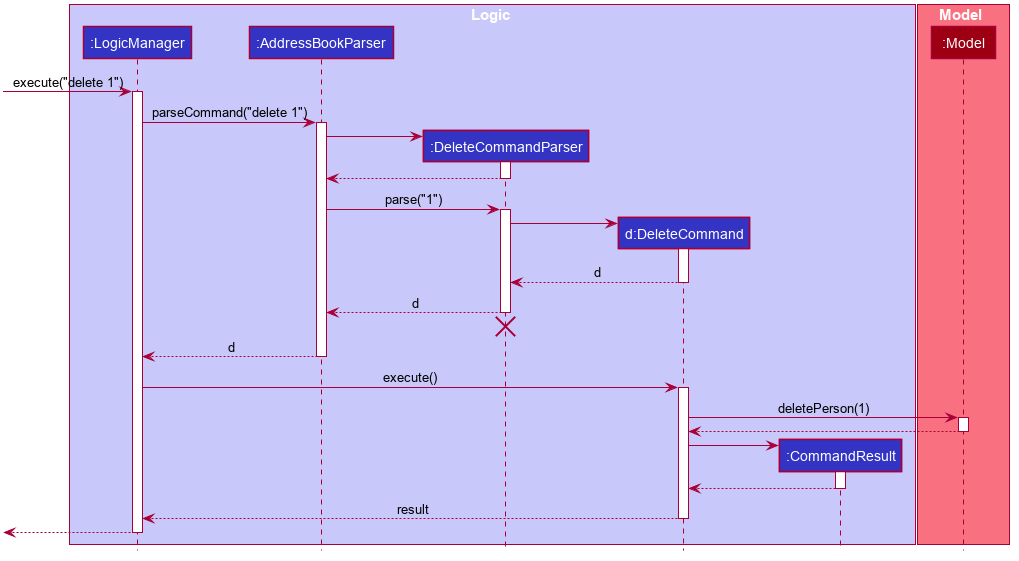
Before: docs/images/DeleteSequenceDiagram.png, a diagram exported from PlantUML (nus-cs2103-AY2223S2/tp).
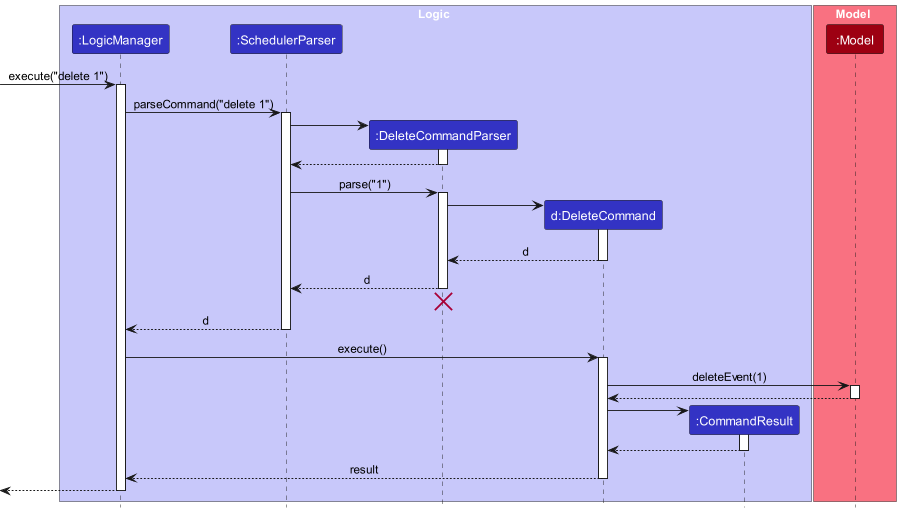
The same diagram one commit later.

Change to the diagram source:
```diff
@@ -1,79 +1,32 @@
 @startuml
+!include style.puml
 
-
-
-
-
-
-
-
-skinparam BackgroundColor #FFFFFFF
-
-skinparam Shadowing false
-
-skinparam Class {
-    FontColor #FFFFFF
-    BorderThickness 1
-    BorderColor #FFFFFF
-    StereotypeFontColor #FFFFFF
-    FontName Arial
-}
-
-skinparam Actor {
-    BorderColor #000000
-    Color #000000
-    FontName Arial
-}
-
-skinparam Sequence {
-    MessageAlign center
-    BoxFontSize 15
-    BoxPadding 0
-    BoxFontColor #FFFFFF
-    FontName Arial
-}
-
-skinparam Participant {
-    FontColor #FFFFFFF
-    Padding 20
-}
-
-skinparam MinClassWidth 50
-skinparam ParticipantPadding 10
-skinparam Shadowing false
-skinparam DefaultTextAlignment center
-skinparam packageStyle Rectangle
-
-hide footbox
-hide members
-hide circle
-
-box Logic #C8C8FA
-participant ":LogicManager" as LogicManager #3333C4
-participant ":AddressBookParser" as AddressBookParser #3333C4
-participant ":DeleteCommandParser" as DeleteCommandParser #3333C4
-participant "d:DeleteCommand" as DeleteCommand #3333C4
-participant ":CommandResult" as CommandResult #3333C4
+box Logic LOGIC_COLOR_T1
+participant ":LogicManager" as LogicManager LOGIC_COLOR
+participant ":SchedulerParser" as SchedulerParser LOGIC_COLOR
+participant ":DeleteCommandParser" as DeleteCommandParser LOGIC_COLOR
+participant "d:DeleteCommand" as DeleteCommand LOGIC_COLOR
+participant ":CommandResult" as CommandResult LOGIC_COLOR
 end box
 
-box Model #F97181
-participant ":Model" as Model #9D0012
+box Model MODEL_COLOR_T1
+participant ":Model" as Model MODEL_COLOR
 end box
 
 [-> LogicManager : execute("delete 1")
 activate LogicManager
 
-LogicManager -> AddressBookParser : parseCommand("delete 1")
-activate AddressBookParser
+LogicManager -> SchedulerParser : parseCommand("delete 1")
+activate SchedulerParser
 
 create DeleteCommandParser
-AddressBookParser -> DeleteCommandParser
+SchedulerParser -> DeleteCommandParser
 activate DeleteCommandParser
 
-DeleteCommandParser --> AddressBookParser
+DeleteCommandParser --> SchedulerParser
 deactivate DeleteCommandParser
 
-AddressBookParser -> DeleteCommandParser : parse("1")
+SchedulerParser -> DeleteCommandParser : parse("1")
 activate DeleteCommandParser
 
 create DeleteCommand
@@ -83,18 +36,18 @@
 DeleteCommand --> DeleteCommandParser : d
 deactivate DeleteCommand
 
-DeleteCommandParser --> AddressBookParser : d
+DeleteCommandParser --> SchedulerParser : d
 deactivate DeleteCommandParser
-DeleteCommandParser -[hidden]-> AddressBookParser
+DeleteCommandParser -[hidden]-> SchedulerParser
 destroy DeleteCommandParser
 
-AddressBookParser --> LogicManager : d
-deactivate AddressBookParser
+SchedulerParser --> LogicManager : d
+deactivate SchedulerParser
 
 LogicManager -> DeleteCommand : execute()
 activate DeleteCommand
 
-DeleteCommand -> Model : deletePerson(1)
+DeleteCommand -> Model : deleteEvent(1)
 activate Model
 
 Model --> DeleteCommand
```
